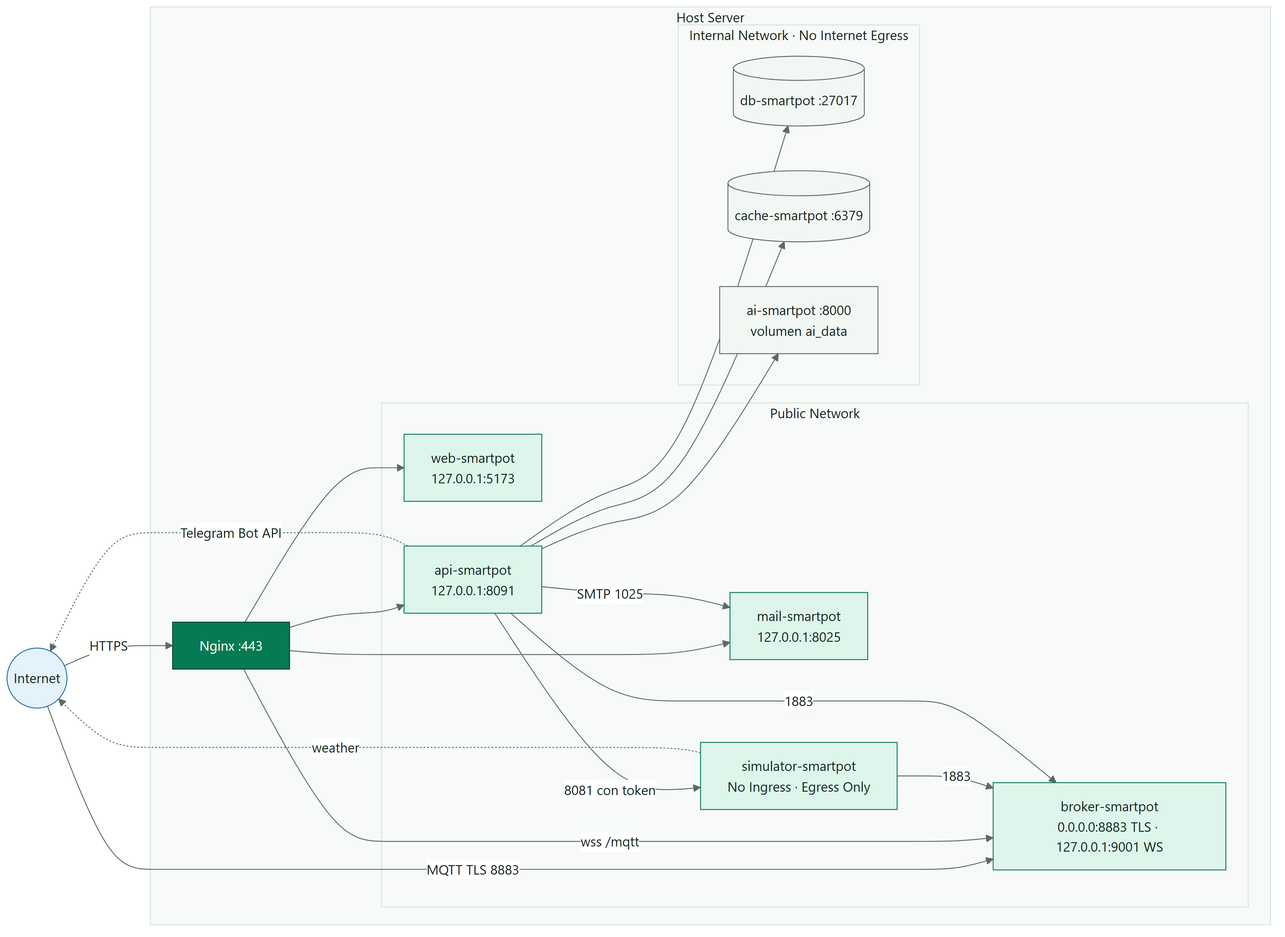
SmartPotTech/.github keeps this Mermaid diagram as docs/diagrams/SmartPot_07_Networks.png. Above is the earlier version. Its source is kept beside it as docs/diagrams/SmartPot_07_Networks.mmd.
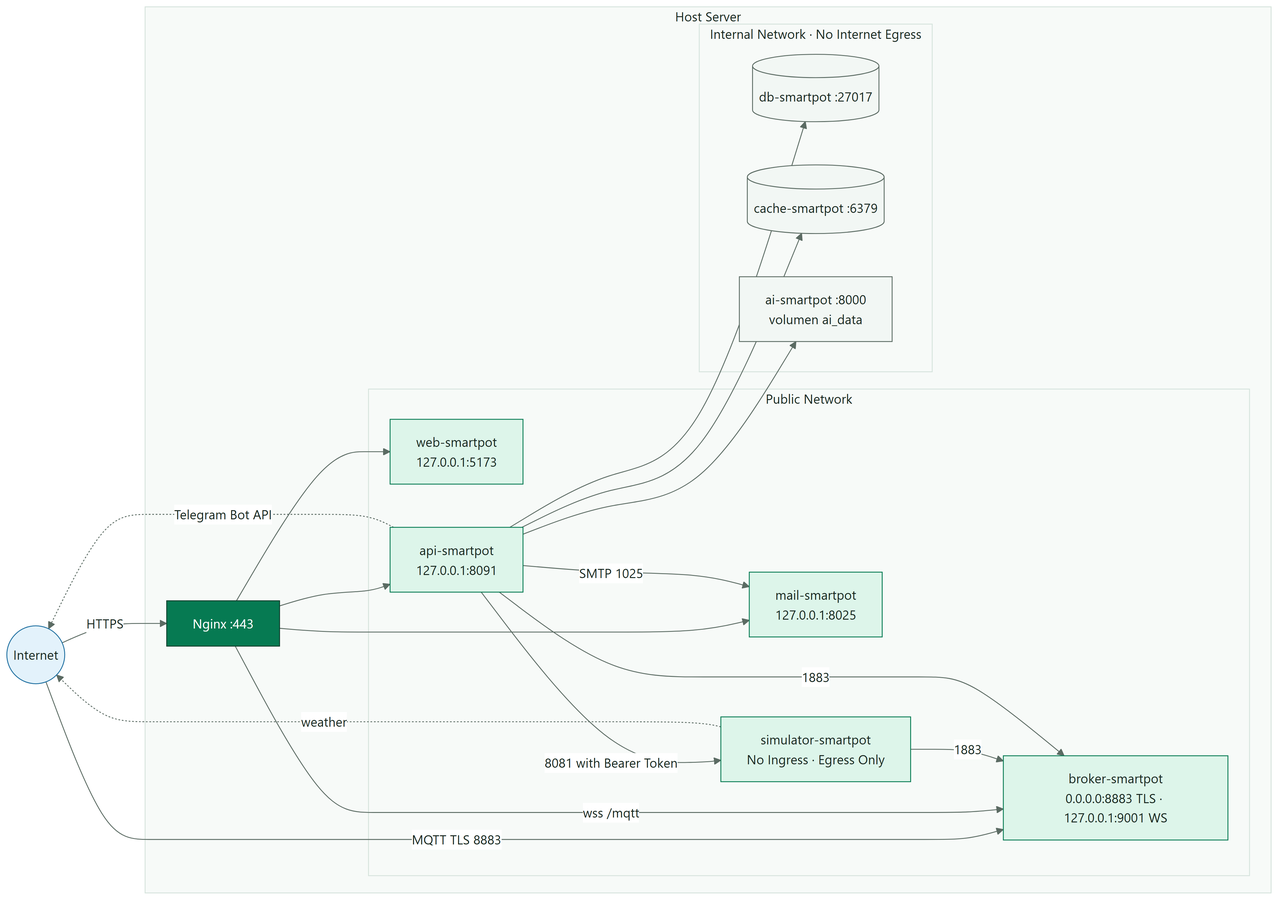
After the change.

Diff of the diagram source:
```diff
@@ -25,7 +25,7 @@
   api --> db
   api --> cache
   api --> ai
-  api -->|"8081 con token"| sim
+  api -->|"8081 with Bearer Token"| sim
   sim -->|"1883"| broker
   sim -.->|"weather"| internet
   api -.->|"Telegram Bot API"| internet
```
